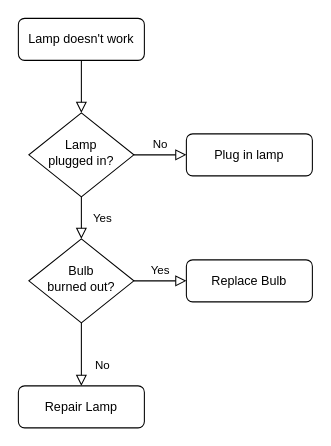
The draw.io diagram 未命名绘图.drawio in geitehabe/testproject, before the edit. Source tidied: cells renumbered, new cells numbered last; positions are measured from the earlier drawing's top-left corner, leaving out a move shared by most shapes. Both pictures are drawn from the tidied source at 105%, with x=0, y=0 at pixel (18, 18).
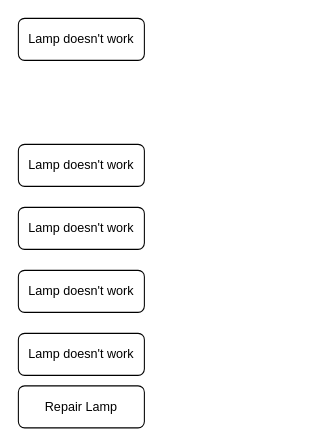
After the change.

Commit message:
更新未命名绘图.drawio

What changed in the source:
```diff
@@
 <mxGraphModel>
   <root>
     <mxCell id="0" />
     <mxCell id="1" parent="0" />
-    <mxCell id="2" style="rounded=0;html=1;jettySize=auto;fontSize=11;endArrow=block;endFill=0;endSize=8;strokeWidth=1;shadow=0;labelBackgroundColor=none;edgeStyle=orthogonalEdgeStyle;" parent="1" edge="1" source="3" target="6">
-      <mxGeometry relative="1" as="geometry" />
-    </mxCell>
     <mxCell id="3" value="Lamp doesn't work" style="rounded=1;whiteSpace=wrap;html=1;fontSize=12;glass=0;strokeWidth=1;shadow=0;" parent="1" vertex="1">
       <mxGeometry width="120" height="40" as="geometry" />
     </mxCell>
-    <mxCell id="4" value="Yes" style="rounded=0;html=1;jettySize=auto;fontSize=11;endArrow=block;endFill=0;endSize=8;strokeWidth=1;shadow=0;labelBackgroundColor=none;edgeStyle=orthogonalEdgeStyle;" parent="1" edge="1" source="6" target="10">
-      <mxGeometry y="20" relative="1" as="geometry" />
-    </mxCell>
-    <mxCell id="5" value="No" style="edgeStyle=orthogonalEdgeStyle;rounded=0;html=1;jettySize=auto;fontSize=11;endArrow=block;endFill=0;endSize=8;strokeWidth=1;shadow=0;labelBackgroundColor=none;" parent="1" edge="1" source="6" target="7">
-      <mxGeometry y="10" relative="1" as="geometry" />
-    </mxCell>
-    <mxCell id="6" value="Lamp&lt;br&gt;plugged in?" style="rhombus;whiteSpace=wrap;html=1;shadow=0;fontFamily=Helvetica;fontSize=12;align=center;strokeWidth=1;spacing=6;spacingTop=-4;" parent="1" vertex="1">
-      <mxGeometry x="10" y="90" width="100" height="80" as="geometry" />
-    </mxCell>
-    <mxCell id="7" value="Plug in lamp" style="rounded=1;whiteSpace=wrap;html=1;fontSize=12;glass=0;strokeWidth=1;shadow=0;" parent="1" vertex="1">
-      <mxGeometry x="160" y="110" width="120" height="40" as="geometry" />
-    </mxCell>
-    <mxCell id="8" value="No" style="rounded=0;html=1;jettySize=auto;fontSize=11;endArrow=block;endFill=0;endSize=8;strokeWidth=1;shadow=0;labelBackgroundColor=none;edgeStyle=orthogonalEdgeStyle;" parent="1" edge="1" source="10" target="11">
-      <mxGeometry x="0.33" y="20" relative="1" as="geometry" />
-    </mxCell>
-    <mxCell id="9" value="Yes" style="edgeStyle=orthogonalEdgeStyle;rounded=0;html=1;jettySize=auto;fontSize=11;endArrow=block;endFill=0;endSize=8;strokeWidth=1;shadow=0;labelBackgroundColor=none;" parent="1" edge="1" source="10" target="12">
-      <mxGeometry y="10" relative="1" as="geometry" />
-    </mxCell>
-    <mxCell id="10" value="Bulb&lt;br&gt;burned out?" style="rhombus;whiteSpace=wrap;html=1;shadow=0;fontFamily=Helvetica;fontSize=12;align=center;strokeWidth=1;spacing=6;spacingTop=-4;" parent="1" vertex="1">
-      <mxGeometry x="10" y="210" width="100" height="80" as="geometry" />
-    </mxCell>
     <mxCell id="11" value="Repair Lamp" style="rounded=1;whiteSpace=wrap;html=1;fontSize=12;glass=0;strokeWidth=1;shadow=0;" parent="1" vertex="1">
       <mxGeometry y="350" width="120" height="40" as="geometry" />
     </mxCell>
-    <mxCell id="12" value="Replace Bulb" style="rounded=1;whiteSpace=wrap;html=1;fontSize=12;glass=0;strokeWidth=1;shadow=0;" parent="1" vertex="1">
-      <mxGeometry x="160" y="230" width="120" height="40" as="geometry" />
-    </mxCell>
+    <mxCell id="13" value="Lamp doesn't work" style="rounded=1;whiteSpace=wrap;html=1;fontSize=12;glass=0;strokeWidth=1;shadow=0;" parent="1" vertex="1">
+      <mxGeometry y="120" width="120" height="40" as="geometry" />
+    </mxCell>
+    <mxCell id="14" value="Lamp doesn't work" style="rounded=1;whiteSpace=wrap;html=1;fontSize=12;glass=0;strokeWidth=1;shadow=0;" parent="1" vertex="1">
+      <mxGeometry y="180" width="120" height="40" as="geometry" />
+    </mxCell>
+    <mxCell id="15" value="Lamp doesn't work" style="rounded=1;whiteSpace=wrap;html=1;fontSize=12;glass=0;strokeWidth=1;shadow=0;" parent="1" vertex="1">
+      <mxGeometry y="240" width="120" height="40" as="geometry" />
+    </mxCell>
+    <mxCell id="16" value="Lamp doesn't work" style="rounded=1;whiteSpace=wrap;html=1;fontSize=12;glass=0;strokeWidth=1;shadow=0;" parent="1" vertex="1">
+      <mxGeometry y="300" width="120" height="40" as="geometry" />
+    </mxCell>
   </root>
 </mxGraphModel>
```
